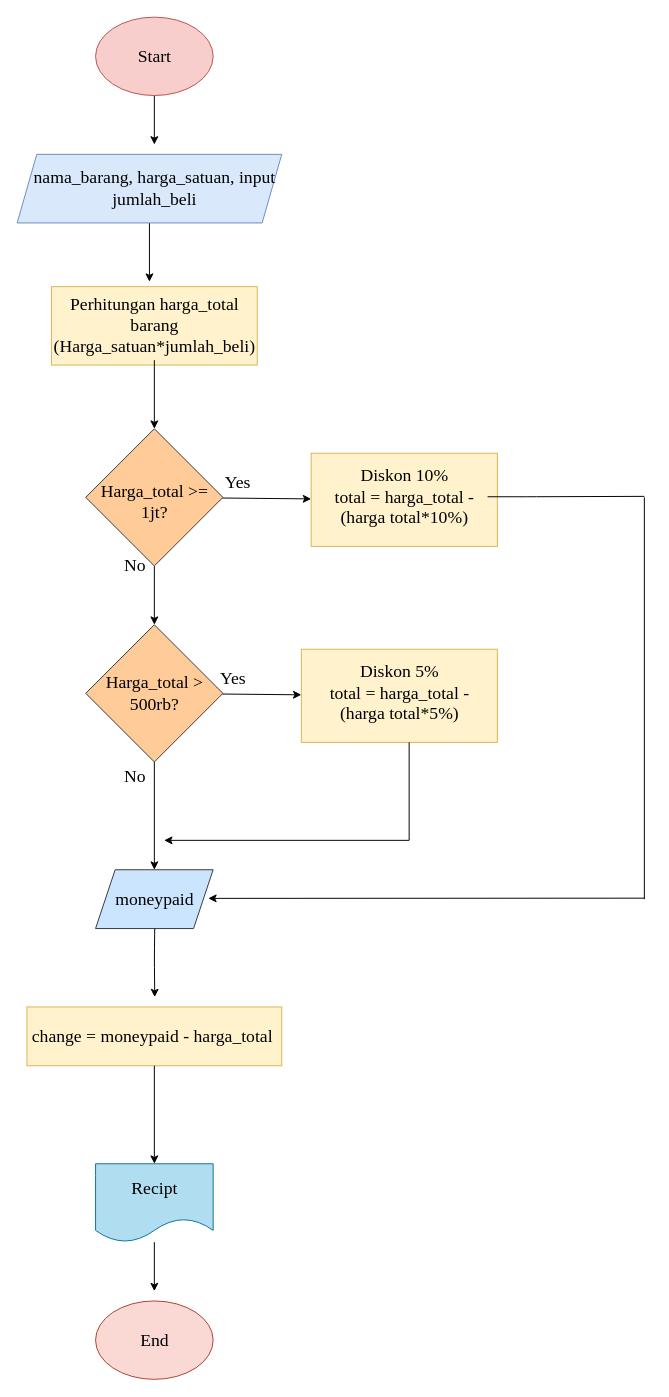
The draw.io diagram Flowchart.drawio in wedfg/yudhistira_reyhan-cashier_system, before the edit. Source tidied: cells renumbered, new cells numbered last; positions are measured from the earlier drawing's top-left corner, leaving out a move shared by most shapes. Both pictures are drawn from the tidied source at 98%, with x=0, y=0 at pixel (17, 17).
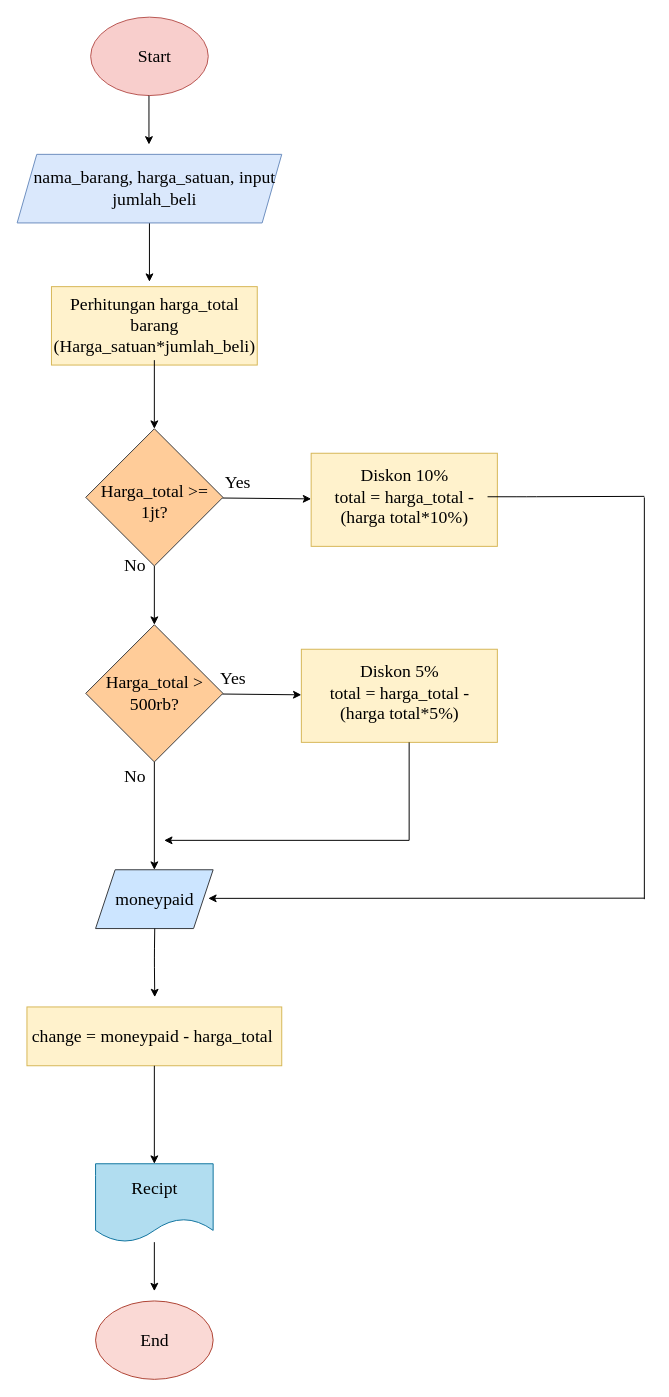
The same page after the edit.

Commit message:
feat: sudah menyelesaikan flowchart

Diff of the diagram source:
```diff
@@
-    <mxCell id="2" style="edgeStyle=none;html=1;fontFamily=Times New Roman;fontSize=18;" parent="1" edge="1" source="3">
-      <mxGeometry relative="1" as="geometry">
-        <mxPoint x="140" y="130" as="targetPoint" />
-      </mxGeometry>
-    </mxCell>
     <mxCell id="3" style="ellipse;html=1;horizontal=1;whiteSpace=wrap;fontFamily=Times New Roman;fillColor=#f8cecc;strokeColor=#b85450;" parent="1" vertex="1">
-      <mxGeometry x="80" width="120" height="80" as="geometry" />
+      <mxGeometry x="75" width="120" height="80" as="geometry" />
     </mxCell>
@@
+    <mxCell id="43" style="endArrow=classic;html=1;" parent="1" edge="1">
+      <mxGeometry relative="1" as="geometry">
+        <mxPoint x="134.5" y="80" as="sourcePoint" />
+        <mxPoint x="134.5" y="130" as="targetPoint" />
+      </mxGeometry>
+    </mxCell>
```
